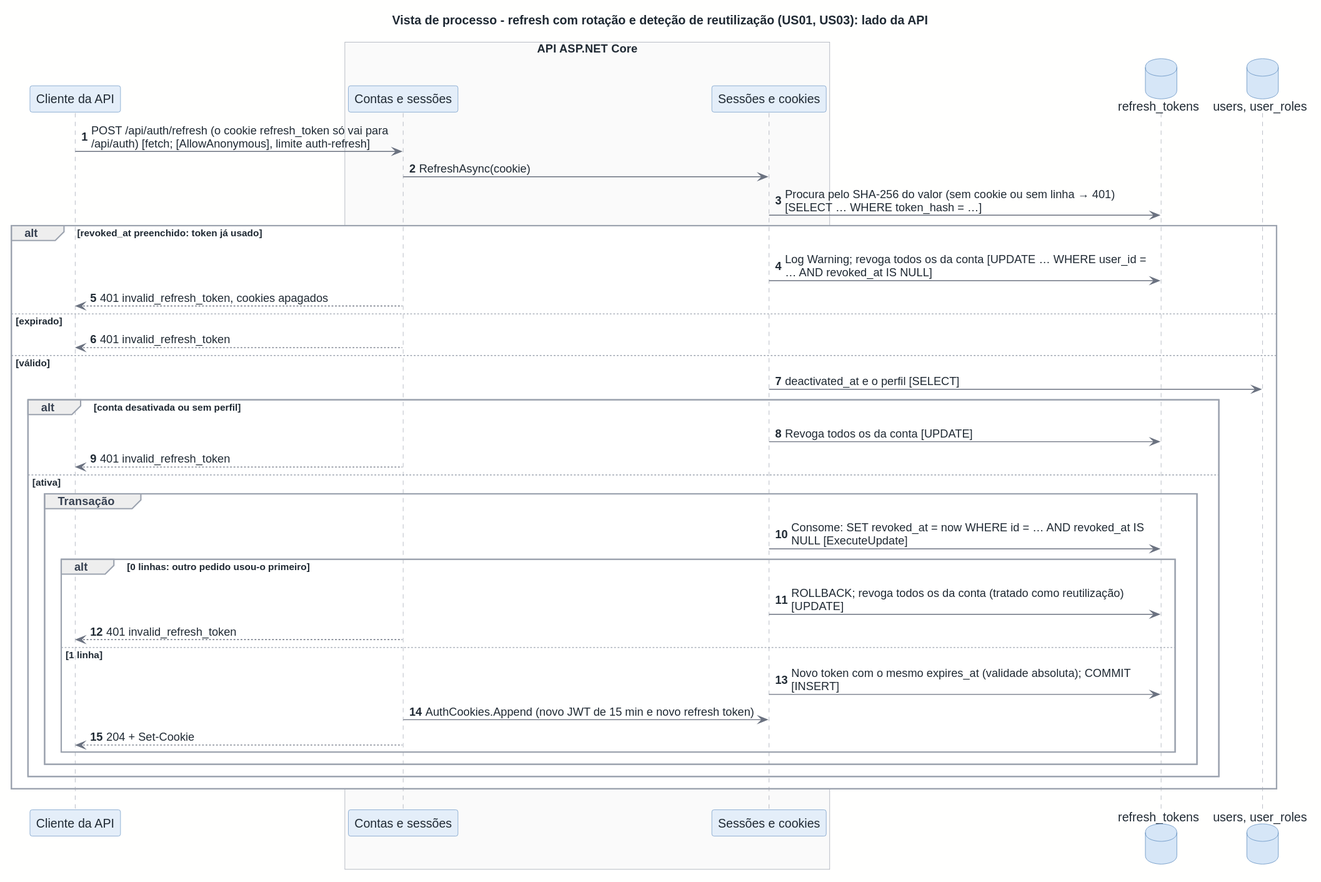
This is docs/architecture/out/process-refresh.svg from rodrigo4sousa/SportsEstablishments, a PlantUML export, as it was before one commit.
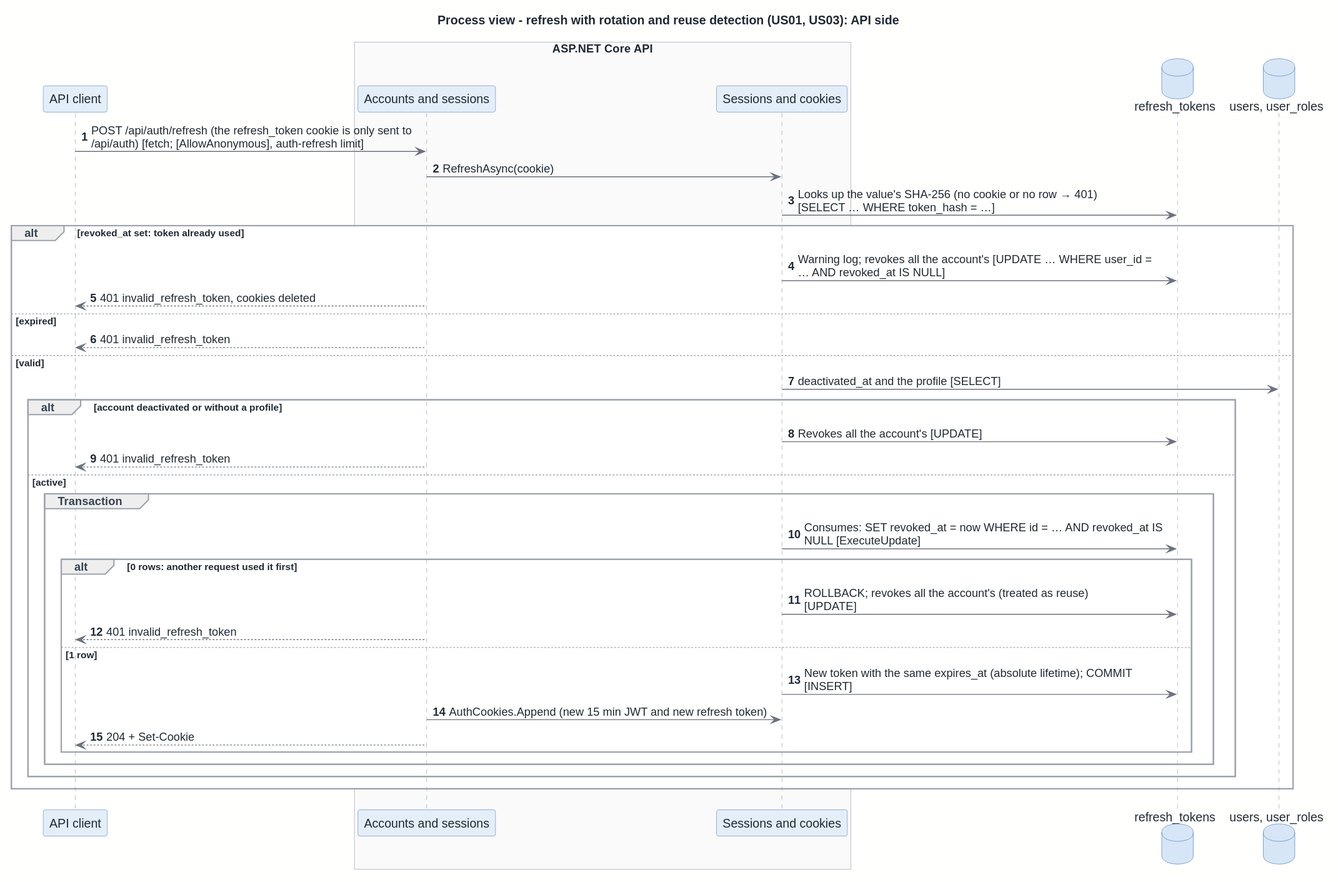
After the commit.

Diff of the diagram source:
```diff
@@ -1,39 +1,39 @@
 @startuml
 !include ../style.puml
 
-title Vista de processo - refresh com rotação e deteção de reutilização (US01, US03): lado da API
+title Process view - refresh with rotation and reuse detection (US01, US03): API side
 autonumber
 
-participant "Cliente da API" as WEB_API_CLIENT
-box "API ASP.NET Core"
-  participant "Contas e sessões" as API_AUTH
-  participant "Sessões e cookies" as CC_COOKIES
+participant "API client" as WEB_API_CLIENT
+box "ASP.NET Core API"
+  participant "Accounts and sessions" as API_AUTH
+  participant "Sessions and cookies" as CC_COOKIES
 end box
 database "refresh_tokens" as DB_REFRESH
 database "users, user_roles" as DB_USERS
 
-WEB_API_CLIENT -> API_AUTH : POST /api/auth/refresh (o cookie refresh_token só vai para\n/api/auth) [fetch; [AllowAnonymous], limite auth-refresh]
+WEB_API_CLIENT -> API_AUTH : POST /api/auth/refresh (the refresh_token cookie is only sent to\n/api/auth) [fetch; [AllowAnonymous], auth-refresh limit]
 API_AUTH -> CC_COOKIES : RefreshAsync(cookie)
-CC_COOKIES -> DB_REFRESH : Procura pelo SHA-256 do valor (sem cookie ou sem linha → 401)\n[SELECT … WHERE token_hash = …]
-alt revoked_at preenchido: token já usado
-  CC_COOKIES -> DB_REFRESH : Log Warning; revoga todos os da conta [UPDATE … WHERE user_id =\n… AND revoked_at IS NULL]
-  API_AUTH --> WEB_API_CLIENT : 401 invalid_refresh_token, cookies apagados
-else expirado
+CC_COOKIES -> DB_REFRESH : Looks up the value's SHA-256 (no cookie or no row → 401)\n[SELECT … WHERE token_hash = …]
+alt revoked_at set: token already used
+  CC_COOKIES -> DB_REFRESH : Warning log; revokes all the account's [UPDATE … WHERE user_id =\n… AND revoked_at IS NULL]
+  API_AUTH --> WEB_API_CLIENT : 401 invalid_refresh_token, cookies deleted
+else expired
   API_AUTH --> WEB_API_CLIENT : 401 invalid_refresh_token
-else válido
-  CC_COOKIES -> DB_USERS : deactivated_at e o perfil [SELECT]
-  alt conta desativada ou sem perfil
-    CC_COOKIES -> DB_REFRESH : Revoga todos os da conta [UPDATE]
+else valid
+  CC_COOKIES -> DB_USERS : deactivated_at and the profile [SELECT]
+  alt account deactivated or without a profile
+    CC_COOKIES -> DB_REFRESH : Revokes all the account's [UPDATE]
     API_AUTH --> WEB_API_CLIENT : 401 invalid_refresh_token
-  else ativa
-    group Transação
-      CC_COOKIES -> DB_REFRESH : Consome: SET revoked_at = now WHERE id = … AND revoked_at IS\nNULL [ExecuteUpdate]
-      alt 0 linhas: outro pedido usou-o primeiro
-        CC_COOKIES -> DB_REFRESH : ROLLBACK; revoga todos os da conta (tratado como reutilização)\n[UPDATE]
+  else active
+    group Transaction
+      CC_COOKIES -> DB_REFRESH : Consumes: SET revoked_at = now WHERE id = … AND revoked_at IS\nNULL [ExecuteUpdate]
+      alt 0 rows: another request used it first
+        CC_COOKIES -> DB_REFRESH : ROLLBACK; revokes all the account's (treated as reuse)\n[UPDATE]
         API_AUTH --> WEB_API_CLIENT : 401 invalid_refresh_token
-      else 1 linha
-        CC_COOKIES -> DB_REFRESH : Novo token com o mesmo expires_at (validade absoluta); COMMIT\n[INSERT]
-        API_AUTH -> CC_COOKIES : AuthCookies.Append (novo JWT de 15 min e novo refresh token)
+      else 1 row
+        CC_COOKIES -> DB_REFRESH : New token with the same expires_at (absolute lifetime); COMMIT\n[INSERT]
+        API_AUTH -> CC_COOKIES : AuthCookies.Append (new 15 min JWT and new refresh token)
         API_AUTH --> WEB_API_CLIENT : 204 + Set-Cookie
       end
     end
```
